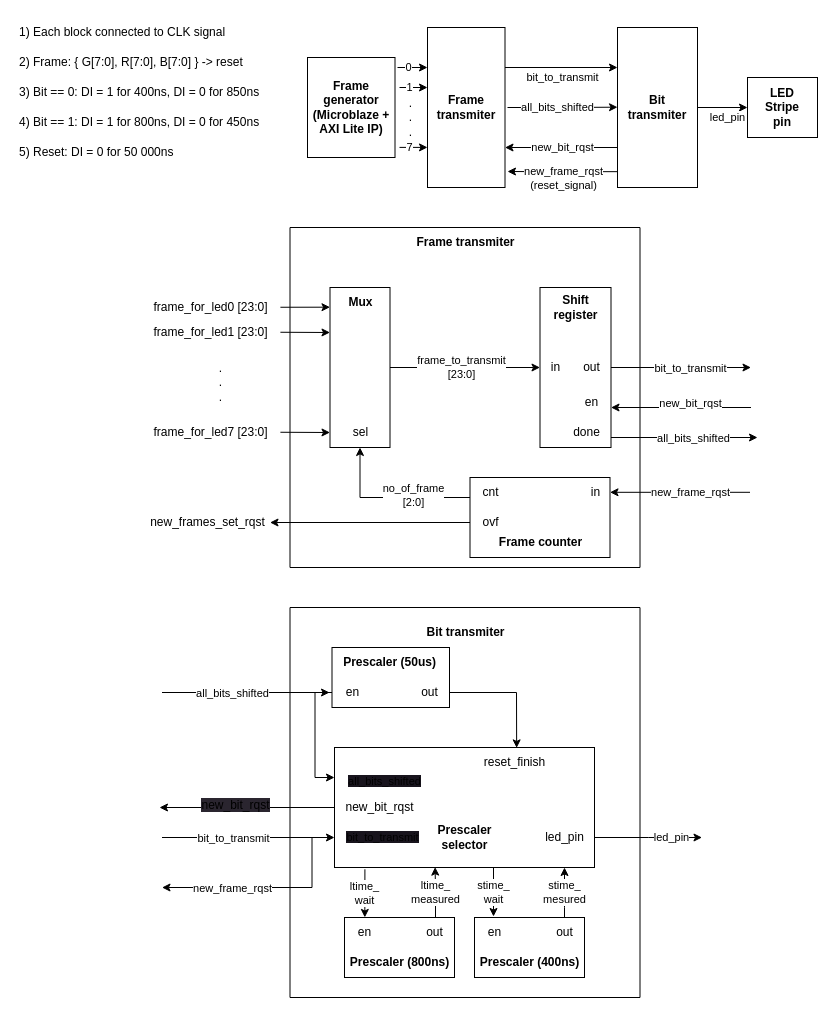
Earlier version of the draw.io diagram LedSnake.drawio (r-smalec/LedSnake). Source tidied: cells renumbered, new cells numbered last; positions are measured from the earlier drawing's top-left corner, leaving out a move shared by most shapes. Both pictures are drawn from the tidied source at 100%, with x=0, y=0 at pixel (17, 17).
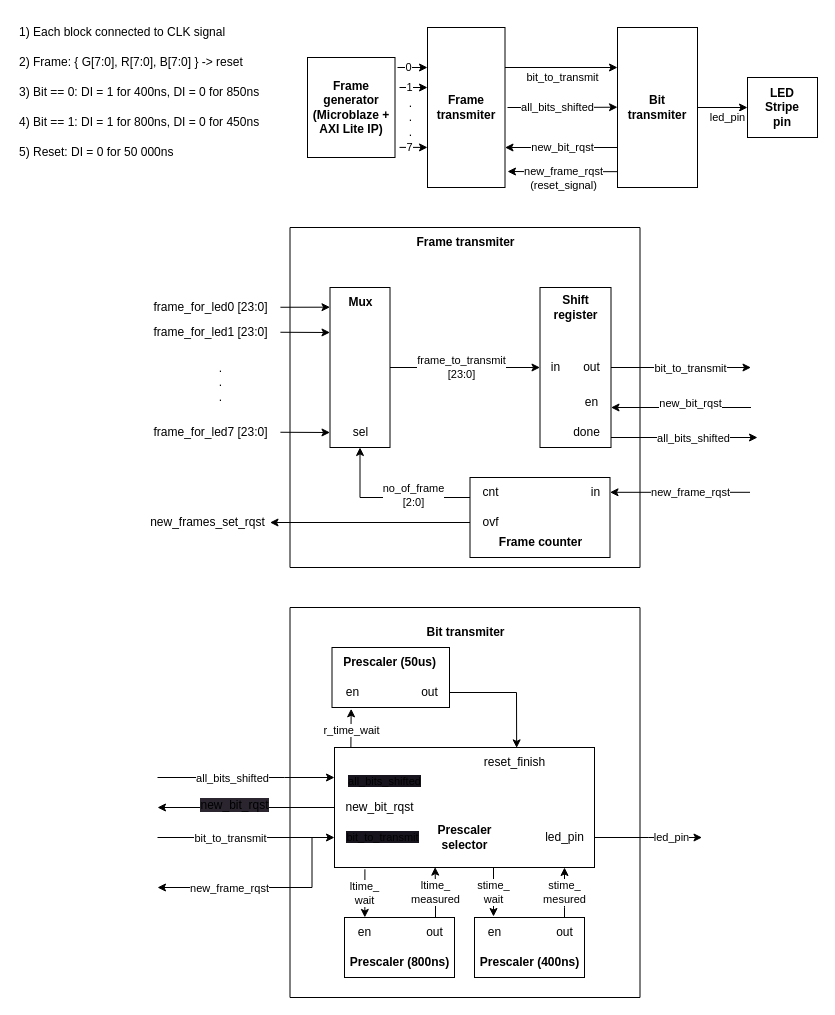
The same diagram, later.

Unchanged cells that the change refers to:
```xml
<mxCell id="56" style="swimlane;startSize=0;" parent="1" vertex="1">
  <mxGeometry x="272.5" y="590" width="350" height="390" as="geometry" />
</mxCell>
<mxCell id="58" style="rounded=0;whiteSpace=wrap;html=1;" parent="56" vertex="1">
  <mxGeometry x="44.5" y="140" width="260" height="120" as="geometry" />
</mxCell>
<mxCell id="80" value="en" style="text;html=1;align=center;verticalAlign=middle;points=[];strokeColor=none;fillColor=none;" parent="56" vertex="1">
  <mxGeometry x="42" y="70" width="40" height="30" as="geometry" />
</mxCell>
<mxCell id="82" value="new_bit_rqst" style="text;html=1;align=center;verticalAlign=middle;points=[];strokeColor=none;fillColor=none;" parent="56" vertex="1">
  <mxGeometry x="44.5" y="185" width="90" height="30" as="geometry" />
</mxCell>
```

The edit, as a diff of the source:
```diff
@@
+    <mxCell id="94" style="edgeStyle=none;html=1;entryX=0.479;entryY=1.044;entryDx=0;entryDy=0;entryPerimeter=0;exitX=0.063;exitY=0.008;exitDx=0;exitDy=0;exitPerimeter=0;" parent="56" edge="1" source="58" target="80">
+      <mxGeometry relative="1" as="geometry" />
+    </mxCell>
+    <mxCell id="95" value="r_time_wait" style="edgeLabel;html=1;align=center;verticalAlign=middle;" parent="94" vertex="1">
+      <mxGeometry x="-0.1" relative="1" as="geometry" />
+    </mxCell>
@@
-    <mxCell id="79" style="edgeStyle=orthogonalEdgeStyle;rounded=0;jettySize=auto;html=1;entryX=0;entryY=0.25;entryDx=0;entryDy=0;" parent="56" edge="1" target="58">
-      <mxGeometry relative="1" as="geometry">
-        <mxPoint x="42" y="85" as="sourcePoint" />
-        <Array as="points">
-          <mxPoint x="25" y="85" />
-          <mxPoint x="25" y="170" />
-        </Array>
-      </mxGeometry>
-    </mxCell>
@@
     <mxCell id="83" style="endArrow=classic;html=1;rounded=0;" parent="56" edge="1">
       <mxGeometry relative="1" as="geometry">
         <mxPoint x="22" y="230" as="sourcePoint" />
-        <mxPoint x="-128" y="280" as="targetPoint" />
+        <mxPoint x="-132.5" y="280" as="targetPoint" />
         <Array as="points">
           <mxPoint x="22" y="280" />
         </Array>
       </mxGeometry>
     </mxCell>
@@
+    <mxCell id="88" style="endArrow=classic;html=1;rounded=0;" parent="56" edge="1">
+      <mxGeometry relative="1" as="geometry">
+        <mxPoint x="-132.5" y="170" as="sourcePoint" />
+        <mxPoint x="44.5" y="170" as="targetPoint" />
+        <Array as="points">
+          <mxPoint x="-5.5" y="170" />
+        </Array>
+      </mxGeometry>
+    </mxCell>
+    <mxCell id="89" value="all_bits_shifted" style="edgeLabel;html=1;align=center;verticalAlign=middle;" parent="88" vertex="1">
+      <mxGeometry x="-0.23" y="2" relative="1" as="geometry">
+        <mxPoint x="6" y="2" as="offset" />
+      </mxGeometry>
+    </mxCell>
     <mxCell id="86" style="edgeStyle=none;html=1;entryX=0;entryY=0.75;entryDx=0;entryDy=0;" parent="1" edge="1" target="58">
       <mxGeometry relative="1" as="geometry">
-        <mxPoint x="144.5" y="820" as="sourcePoint" />
+        <mxPoint x="140" y="820" as="sourcePoint" />
       </mxGeometry>
     </mxCell>
@@
-    <mxCell id="88" style="endArrow=classic;html=1;rounded=0;entryX=-0.062;entryY=0.5;entryDx=0;entryDy=0;entryPerimeter=0;" parent="1" edge="1" target="80">
-      <mxGeometry relative="1" as="geometry">
-        <mxPoint x="144.5" y="675" as="sourcePoint" />
-      </mxGeometry>
-    </mxCell>
-    <mxCell id="89" value="all_bits_shifted" style="edgeLabel;html=1;align=center;verticalAlign=middle;" parent="88" vertex="1">
-      <mxGeometry x="-0.23" y="2" relative="1" as="geometry">
-        <mxPoint x="6" y="2" as="offset" />
-      </mxGeometry>
-    </mxCell>
@@
     <mxCell id="92" style="edgeStyle=none;html=1;" parent="1" edge="1" source="82">
       <mxGeometry relative="1" as="geometry">
-        <mxPoint x="142" y="790" as="targetPoint" />
+        <mxPoint x="140" y="790" as="targetPoint" />
       </mxGeometry>
     </mxCell>
```
